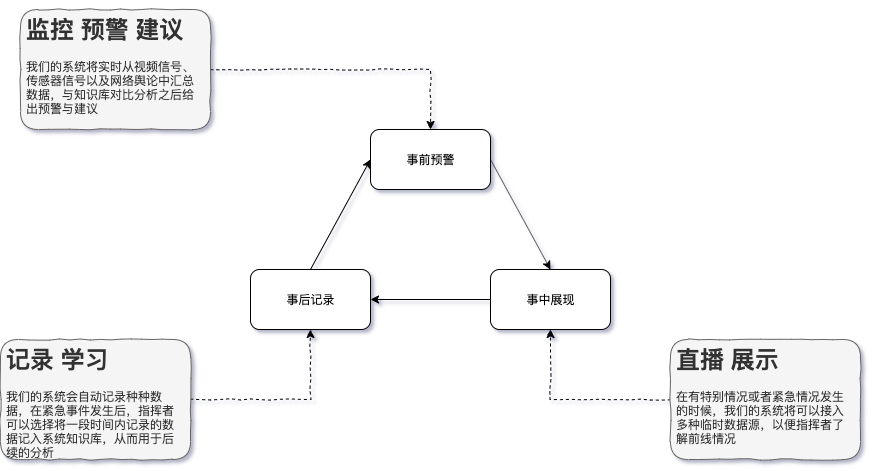
Earlier version of the draw.io export img/process.png (bulffi/software-management-doc). Source tidied: cells renumbered, new cells last; positions are measured from the earlier drawing's top-left corner, leaving out a move shared by most shapes. Its diagram source:
```xml
<mxGraphModel>
  <root>
    <mxCell id="0" />
    <mxCell id="1" parent="0" />
    <mxCell id="2" value="事前预警" style="rounded=1;whiteSpace=wrap;html=1;" parent="1" vertex="1">
      <mxGeometry x="370" y="120" width="120" height="60" as="geometry" />
    </mxCell>
    <mxCell id="3" value="事中展现" style="rounded=1;whiteSpace=wrap;html=1;" parent="1" vertex="1">
      <mxGeometry x="490" y="260" width="120" height="60" as="geometry" />
    </mxCell>
    <mxCell id="4" value="事后记录" style="rounded=1;whiteSpace=wrap;html=1;" parent="1" vertex="1">
      <mxGeometry x="250" y="260" width="120" height="60" as="geometry" />
    </mxCell>
    <mxCell id="5" style="endArrow=classic;html=1;entryX=0.5;entryY=0;entryDx=0;entryDy=0;exitX=1;exitY=0.5;exitDx=0;exitDy=0;" parent="1" edge="1" source="2" target="3">
      <mxGeometry relative="1" as="geometry" />
    </mxCell>
    <mxCell id="6" style="endArrow=classic;html=1;entryX=1;entryY=0.5;entryDx=0;entryDy=0;exitX=0;exitY=0.5;exitDx=0;exitDy=0;" parent="1" edge="1" source="3" target="4">
      <mxGeometry relative="1" as="geometry" />
    </mxCell>
    <mxCell id="7" style="endArrow=classic;html=1;entryX=0;entryY=0.5;entryDx=0;entryDy=0;exitX=0.5;exitY=0;exitDx=0;exitDy=0;" parent="1" edge="1" source="4" target="2">
      <mxGeometry relative="1" as="geometry" />
    </mxCell>
    <mxCell id="8" style="edgeStyle=orthogonalEdgeStyle;rounded=0;jettySize=auto;html=1;entryX=0.5;entryY=0;entryDx=0;entryDy=0;comic=1;shadow=0;dashed=1;" parent="1" edge="1" source="9" target="2">
      <mxGeometry relative="1" as="geometry" />
    </mxCell>
    <mxCell id="9" value="&lt;h1&gt;监控 预警 建议&lt;/h1&gt;&lt;p&gt;我们的系统将实时从视频信号、传感器信号以及网络舆论中汇总数据，与知识库对比分析之后给出预警与建议&lt;/p&gt;" style="text;html=1;strokeColor=#666666;fillColor=#f5f5f5;spacing=5;spacingTop=-20;whiteSpace=wrap;overflow=hidden;rounded=1;comic=1;glass=0;fontColor=#333333;" parent="1" vertex="1">
      <mxGeometry x="20" width="190" height="120" as="geometry" />
    </mxCell>
    <mxCell id="10" style="edgeStyle=orthogonalEdgeStyle;rounded=0;jettySize=auto;html=1;entryX=0.5;entryY=1;entryDx=0;entryDy=0;comic=1;shadow=0;dashed=1;exitX=0;exitY=0.5;exitDx=0;exitDy=0;" parent="1" edge="1" source="11" target="3">
      <mxGeometry relative="1" as="geometry">
        <Array as="points">
          <mxPoint x="550" y="390" />
        </Array>
      </mxGeometry>
    </mxCell>
    <mxCell id="11" value="&lt;h1&gt;直播 展示&lt;/h1&gt;&lt;p&gt;在有特别情况或者紧急情况发生的时候，我们的系统将可以接入多种临时数据源，以便指挥者了解前线情况&lt;/p&gt;" style="text;html=1;strokeColor=#666666;fillColor=#f5f5f5;spacing=5;spacingTop=-20;whiteSpace=wrap;overflow=hidden;rounded=1;comic=1;glass=0;fontColor=#333333;" parent="1" vertex="1">
      <mxGeometry x="670" y="330" width="190" height="120" as="geometry" />
    </mxCell>
    <mxCell id="12" style="edgeStyle=orthogonalEdgeStyle;rounded=0;jettySize=auto;html=1;comic=1;shadow=0;dashed=1;exitX=1;exitY=0.5;exitDx=0;exitDy=0;" parent="1" edge="1" source="13" target="4">
      <mxGeometry relative="1" as="geometry" />
    </mxCell>
    <mxCell id="13" value="&lt;h1&gt;记录 学习&lt;/h1&gt;&lt;p&gt;我们的系统会自动记录种种数据，在紧急事件发生后，指挥者可以选择将一段时间内记录的数据记入系统知识库，从而用于后续的分析&lt;/p&gt;" style="text;html=1;strokeColor=#666666;fillColor=#f5f5f5;spacing=5;spacingTop=-20;whiteSpace=wrap;overflow=hidden;rounded=1;comic=1;glass=0;fontColor=#333333;" parent="1" vertex="1">
      <mxGeometry y="330" width="190" height="120" as="geometry" />
    </mxCell>
  </root>
</mxGraphModel>
```
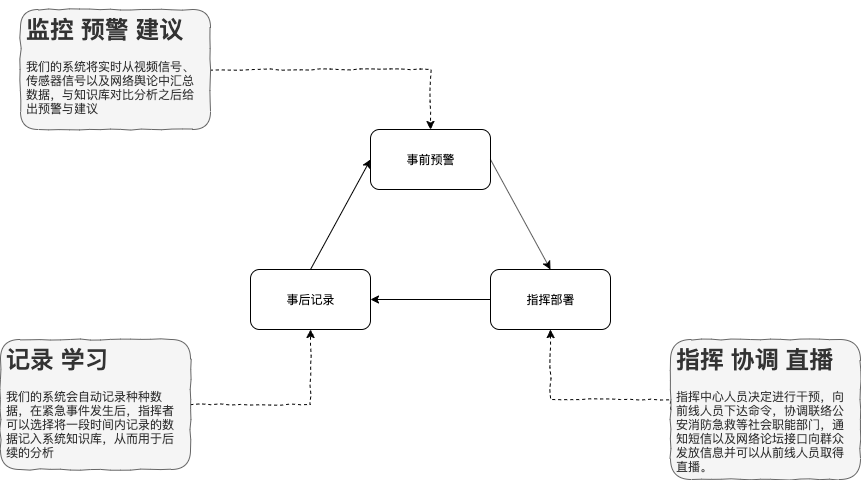
The same diagram one commit later.

The edit, as a diff of the source:
```diff
@@ -5,7 +5,7 @@
     <mxCell id="2" value="事前预警" style="rounded=1;whiteSpace=wrap;html=1;" parent="1" vertex="1">
       <mxGeometry x="370" y="120" width="120" height="60" as="geometry" />
     </mxCell>
-    <mxCell id="3" value="事中展现" style="rounded=1;whiteSpace=wrap;html=1;" parent="1" vertex="1">
+    <mxCell id="3" value="指挥部署" style="rounded=1;whiteSpace=wrap;html=1;" parent="1" vertex="1">
       <mxGeometry x="490" y="260" width="120" height="60" as="geometry" />
     </mxCell>
     <mxCell id="4" value="事后记录" style="rounded=1;whiteSpace=wrap;html=1;" parent="1" vertex="1">
@@ -33,14 +33,14 @@
         </Array>
       </mxGeometry>
     </mxCell>
-    <mxCell id="11" value="&lt;h1&gt;直播 展示&lt;/h1&gt;&lt;p&gt;在有特别情况或者紧急情况发生的时候，我们的系统将可以接入多种临时数据源，以便指挥者了解前线情况&lt;/p&gt;" style="text;html=1;strokeColor=#666666;fillColor=#f5f5f5;spacing=5;spacingTop=-20;whiteSpace=wrap;overflow=hidden;rounded=1;comic=1;glass=0;fontColor=#333333;" parent="1" vertex="1">
-      <mxGeometry x="670" y="330" width="190" height="120" as="geometry" />
+    <mxCell id="11" value="&lt;h1&gt;指挥 协调 直播&lt;/h1&gt;&lt;p&gt;指挥中心人员决定进行干预，向前线人员下达命令，协调联络公安消防急救等社会职能部门，通知短信以及网络论坛接口向群众发放信息并可以从前线人员取得直播。&lt;/p&gt;" style="text;html=1;strokeColor=#666666;fillColor=#f5f5f5;spacing=5;spacingTop=-20;whiteSpace=wrap;overflow=hidden;rounded=1;comic=1;glass=0;fontColor=#333333;" parent="1" vertex="1">
+      <mxGeometry x="670" y="330" width="190" height="140" as="geometry" />
     </mxCell>
     <mxCell id="12" style="edgeStyle=orthogonalEdgeStyle;rounded=0;jettySize=auto;html=1;comic=1;shadow=0;dashed=1;exitX=1;exitY=0.5;exitDx=0;exitDy=0;" parent="1" edge="1" source="13" target="4">
       <mxGeometry relative="1" as="geometry" />
     </mxCell>
     <mxCell id="13" value="&lt;h1&gt;记录 学习&lt;/h1&gt;&lt;p&gt;我们的系统会自动记录种种数据，在紧急事件发生后，指挥者可以选择将一段时间内记录的数据记入系统知识库，从而用于后续的分析&lt;/p&gt;" style="text;html=1;strokeColor=#666666;fillColor=#f5f5f5;spacing=5;spacingTop=-20;whiteSpace=wrap;overflow=hidden;rounded=1;comic=1;glass=0;fontColor=#333333;" parent="1" vertex="1">
-      <mxGeometry y="330" width="190" height="120" as="geometry" />
+      <mxGeometry y="330" width="190" height="130" as="geometry" />
     </mxCell>
   </root>
 </mxGraphModel>
```
